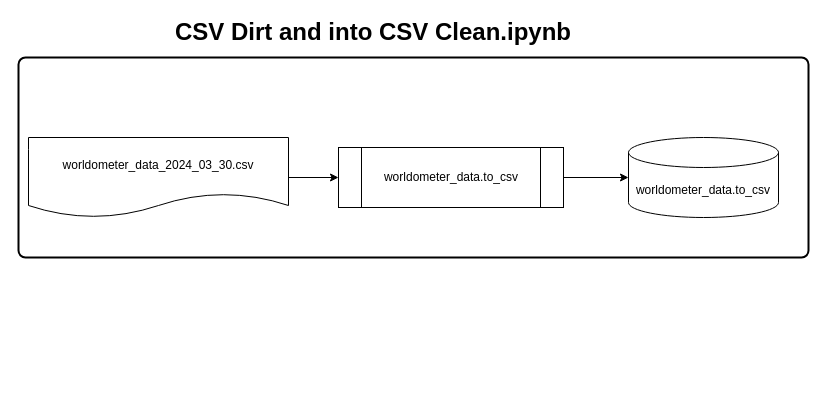
The draw.io diagram page "CSV Dirt and into CSV and SQLite DB" (1 of 2) of COVID lineage.drawio in jerryevalentine/UCB-Portfolio-COVID-19-Country-Death-Comparison, before the edit. Source tidied: cells renumbered, new cells numbered last; positions are measured from the earlier drawing's top-left corner, leaving out a move shared by most shapes. Both pictures are drawn from the tidied source at 100%, with x=0, y=0 at pixel (18, 17).
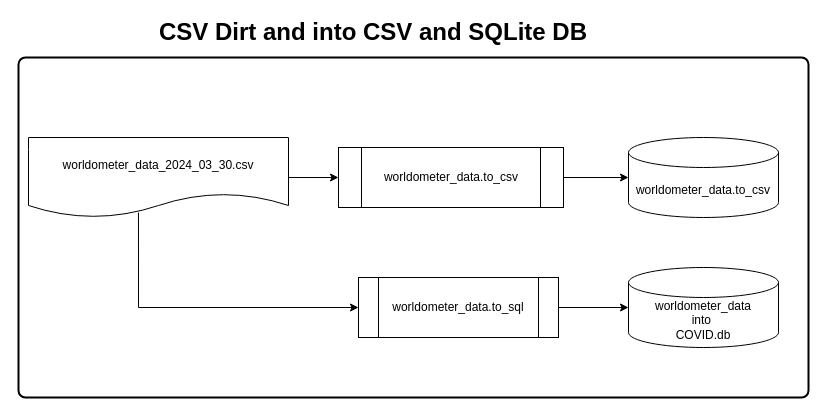
Above is the later version.

Change to the diagram source:
```diff
@@
 <mxGraphModel>
   <root>
     <mxCell id="0" />
     <mxCell id="1" parent="0" />
     <mxCell id="2" style="rounded=1;whiteSpace=wrap;html=1;absoluteArcSize=1;arcSize=14;strokeWidth=2;" parent="1" vertex="1">
-      <mxGeometry y="40" width="790" height="200" as="geometry" />
+      <mxGeometry y="40" width="790" height="340" as="geometry" />
     </mxCell>
     <mxCell id="3" style="edgeStyle=orthogonalEdgeStyle;rounded=0;jettySize=auto;html=1;entryX=0;entryY=0.5;entryDx=0;entryDy=0;" parent="1" edge="1" source="4" target="6">
       <mxGeometry relative="1" as="geometry" />
     </mxCell>
+    <mxCell id="9" style="edgeStyle=orthogonalEdgeStyle;rounded=0;jettySize=auto;html=1;entryX=0;entryY=0.5;entryDx=0;entryDy=0;exitX=0.423;exitY=0.938;exitDx=0;exitDy=0;exitPerimeter=0;" parent="1" edge="1" source="4" target="12">
+      <mxGeometry relative="1" as="geometry">
+        <Array as="points">
+          <mxPoint x="120" y="290" />
+        </Array>
+      </mxGeometry>
+    </mxCell>
     <mxCell id="4" value="worldometer_data_2024_03_30.csv" style="shape=document;whiteSpace=wrap;html=1;boundedLbl=1;" parent="1" vertex="1">
       <mxGeometry x="10" y="120" width="260" height="80" as="geometry" />
     </mxCell>
     <mxCell id="5" style="edgeStyle=orthogonalEdgeStyle;rounded=0;jettySize=auto;html=1;" parent="1" edge="1" source="6" target="7">
       <mxGeometry relative="1" as="geometry" />
     </mxCell>
     <mxCell id="6" value="worldometer_data.to_csv" style="shape=process;whiteSpace=wrap;html=1;backgroundOutline=1;" parent="1" vertex="1">
       <mxGeometry x="320" y="130" width="225" height="60" as="geometry" />
     </mxCell>
     <mxCell id="7" value="worldometer_data.to_csv" style="shape=cylinder3;whiteSpace=wrap;html=1;boundedLbl=1;backgroundOutline=1;size=15;" parent="1" vertex="1">
       <mxGeometry x="610" y="120" width="150" height="80" as="geometry" />
     </mxCell>
-    <mxCell id="8" value="&lt;font style=&quot;font-size: 24px;&quot;&gt;CSV Dirt and into CSV Clean.ipynb&lt;/font&gt;" style="text;html=1;align=center;verticalAlign=middle;whiteSpace=wrap;rounded=0;fontStyle=1;" parent="1" vertex="1">
+    <mxCell id="8" value="&lt;font style=&quot;font-size: 24px;&quot;&gt;CSV Dirt and into CSV and SQLite DB&lt;/font&gt;" style="text;html=1;align=center;verticalAlign=middle;whiteSpace=wrap;rounded=0;fontStyle=1;" parent="1" vertex="1">
       <mxGeometry x="10" width="690" height="30" as="geometry" />
     </mxCell>
+    <mxCell id="10" value="&lt;div&gt;worldometer_data&lt;/div&gt;&lt;div&gt;into&amp;nbsp;&lt;/div&gt;&lt;div&gt;COVID.db&lt;/div&gt;" style="shape=cylinder3;whiteSpace=wrap;html=1;boundedLbl=1;backgroundOutline=1;size=15;" parent="1" vertex="1">
+      <mxGeometry x="610" y="250" width="150" height="80" as="geometry" />
+    </mxCell>
+    <mxCell id="11" style="edgeStyle=orthogonalEdgeStyle;rounded=0;jettySize=auto;html=1;entryX=0;entryY=0.5;entryDx=0;entryDy=0;entryPerimeter=0;" parent="1" edge="1" source="12" target="10">
+      <mxGeometry relative="1" as="geometry" />
+    </mxCell>
+    <mxCell id="12" value="worldometer_data.to_sql" style="shape=process;whiteSpace=wrap;html=1;backgroundOutline=1;" parent="1" vertex="1">
+      <mxGeometry x="340" y="260" width="200" height="60" as="geometry" />
+    </mxCell>
   </root>
 </mxGraphModel>
```
